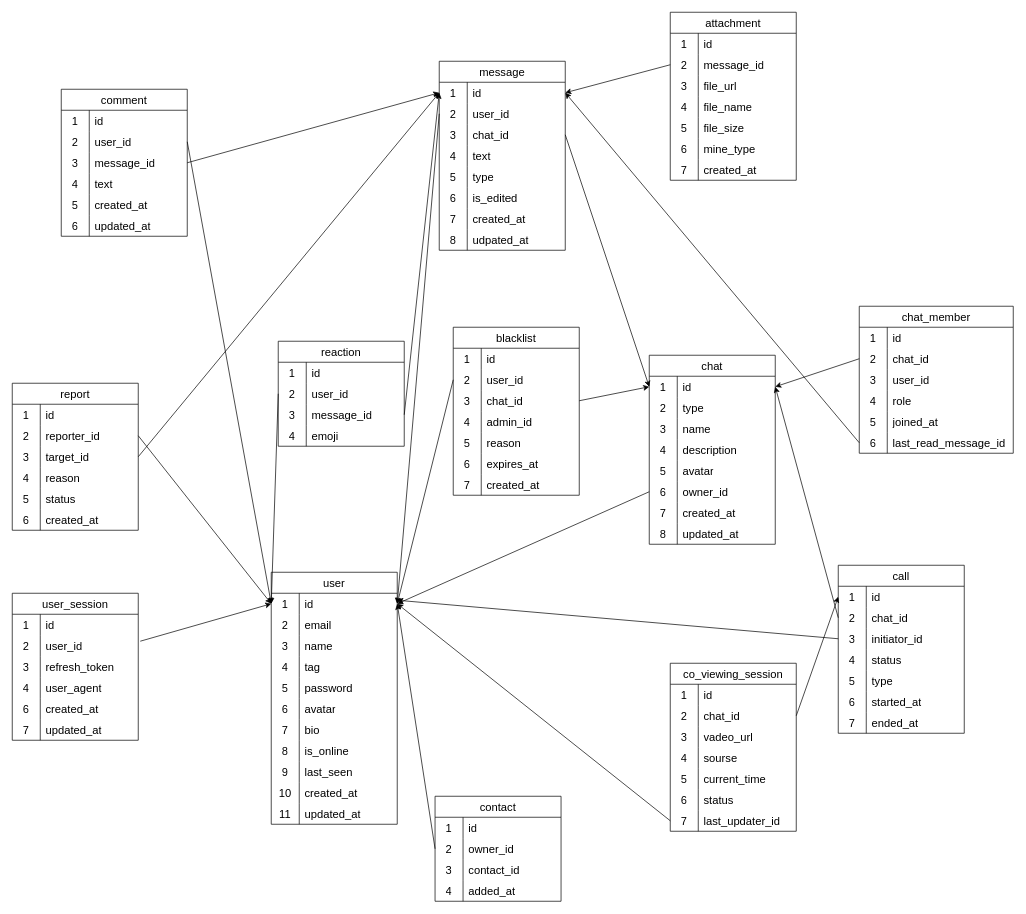
Earlier version of the draw.io diagram apps/api/prisma/schema/database.drawio (BlackDarkes/SwitchChat). Source tidied: cells renumbered, new cells numbered last; positions are measured from the earlier drawing's top-left corner, leaving out a move shared by most shapes. Both pictures are drawn from the tidied source at 70%, with x=0, y=0 at pixel (12, 12).
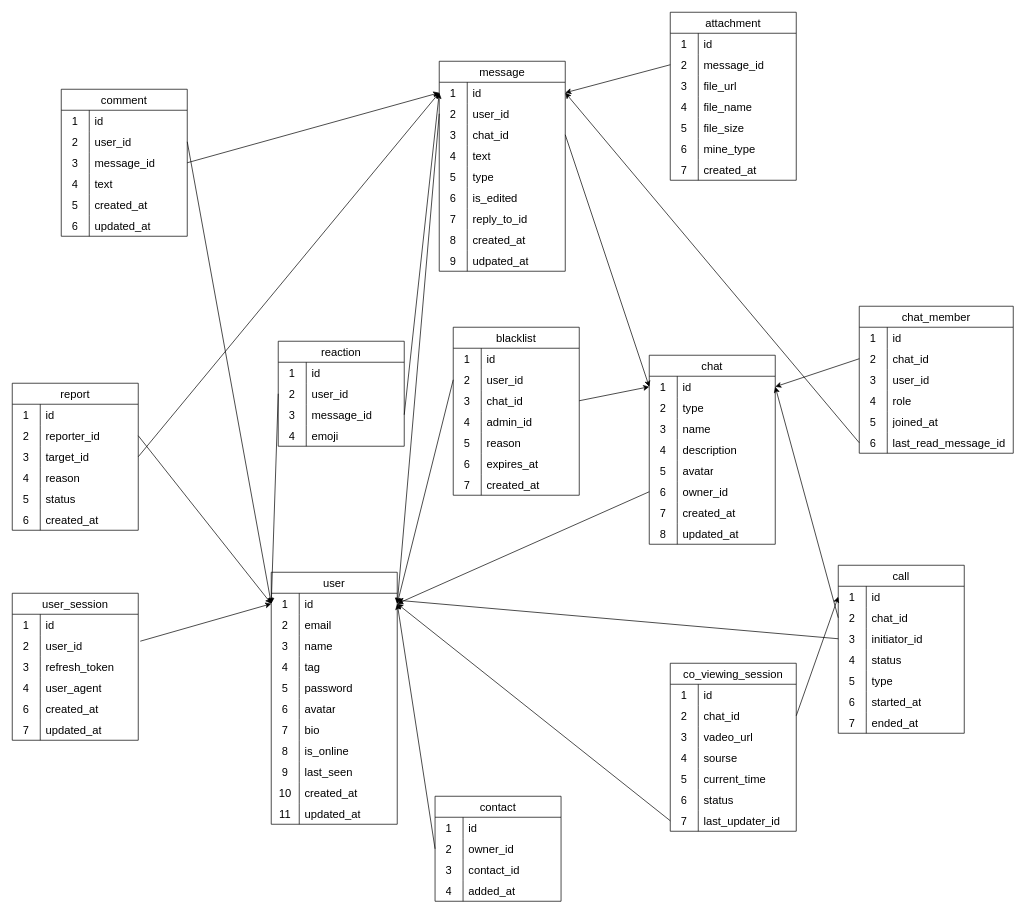
After the change.

Commit message (it also covers changes not shown here):
Схема базы данных полностью сделана

What changed in the source:
```diff
@@
     <mxCell id="116" value="message" style="shape=table;startSize=30;childLayout=tableLayout;rowLines=0;fontStyle=0;strokeColor=default;fontSize=16;" parent="1" vertex="1">
-      <mxGeometry x="610" y="70" width="180" height="270" as="geometry" />
+      <mxGeometry x="610" y="70" width="180" height="300" as="geometry" />
     </mxCell>
@@
+    <mxCell id="296" style="shape=tableRow;horizontal=0;startSize=0;swimlaneHead=0;swimlaneBody=0;top=0;left=0;bottom=0;right=0;fillColor=none;strokeColor=inherit;fontSize=16;" parent="116" vertex="1">
+      <mxGeometry y="210" width="180" height="30" as="geometry" />
+    </mxCell>
+    <mxCell id="297" value="7" style="shape=partialRectangle;html=1;whiteSpace=wrap;fillColor=none;top=0;left=0;bottom=0;right=0;overflow=hidden;strokeColor=inherit;fontSize=16;" parent="296" vertex="1">
+      <mxGeometry width="40" height="30" as="geometry" />
+    </mxCell>
+    <mxCell id="298" value="reply_to_id" style="shape=partialRectangle;html=1;whiteSpace=wrap;fillColor=none;top=0;left=0;bottom=0;right=0;align=left;spacingLeft=6;overflow=hidden;strokeColor=inherit;fontSize=16;" parent="296" vertex="1">
+      <mxGeometry x="40" width="140" height="30" as="geometry" />
+    </mxCell>
     <mxCell id="135" style="shape=tableRow;horizontal=0;startSize=0;swimlaneHead=0;swimlaneBody=0;top=0;left=0;bottom=0;right=0;fillColor=none;strokeColor=inherit;fontSize=16;" parent="116" vertex="1">
-      <mxGeometry y="210" width="180" height="30" as="geometry" />
+      <mxGeometry y="240" width="180" height="30" as="geometry" />
     </mxCell>
-    <mxCell id="136" value="7" style="shape=partialRectangle;html=1;whiteSpace=wrap;fillColor=none;top=0;left=0;bottom=0;right=0;overflow=hidden;strokeColor=inherit;fontSize=16;" parent="135" vertex="1">
+    <mxCell id="136" value="8" style="shape=partialRectangle;html=1;whiteSpace=wrap;fillColor=none;top=0;left=0;bottom=0;right=0;overflow=hidden;strokeColor=inherit;fontSize=16;" parent="135" vertex="1">
       <mxGeometry width="40" height="30" as="geometry" />
     </mxCell>
@@
     <mxCell id="138" style="shape=tableRow;horizontal=0;startSize=0;swimlaneHead=0;swimlaneBody=0;top=0;left=0;bottom=0;right=0;fillColor=none;strokeColor=inherit;fontSize=16;" parent="116" vertex="1">
-      <mxGeometry y="240" width="180" height="30" as="geometry" />
+      <mxGeometry y="270" width="180" height="30" as="geometry" />
     </mxCell>
-    <mxCell id="139" value="8" style="shape=partialRectangle;html=1;whiteSpace=wrap;fillColor=none;top=0;left=0;bottom=0;right=0;overflow=hidden;strokeColor=inherit;fontSize=16;" parent="138" vertex="1">
+    <mxCell id="139" value="9" style="shape=partialRectangle;html=1;whiteSpace=wrap;fillColor=none;top=0;left=0;bottom=0;right=0;overflow=hidden;strokeColor=inherit;fontSize=16;" parent="138" vertex="1">
       <mxGeometry width="40" height="30" as="geometry" />
     </mxCell>
```
